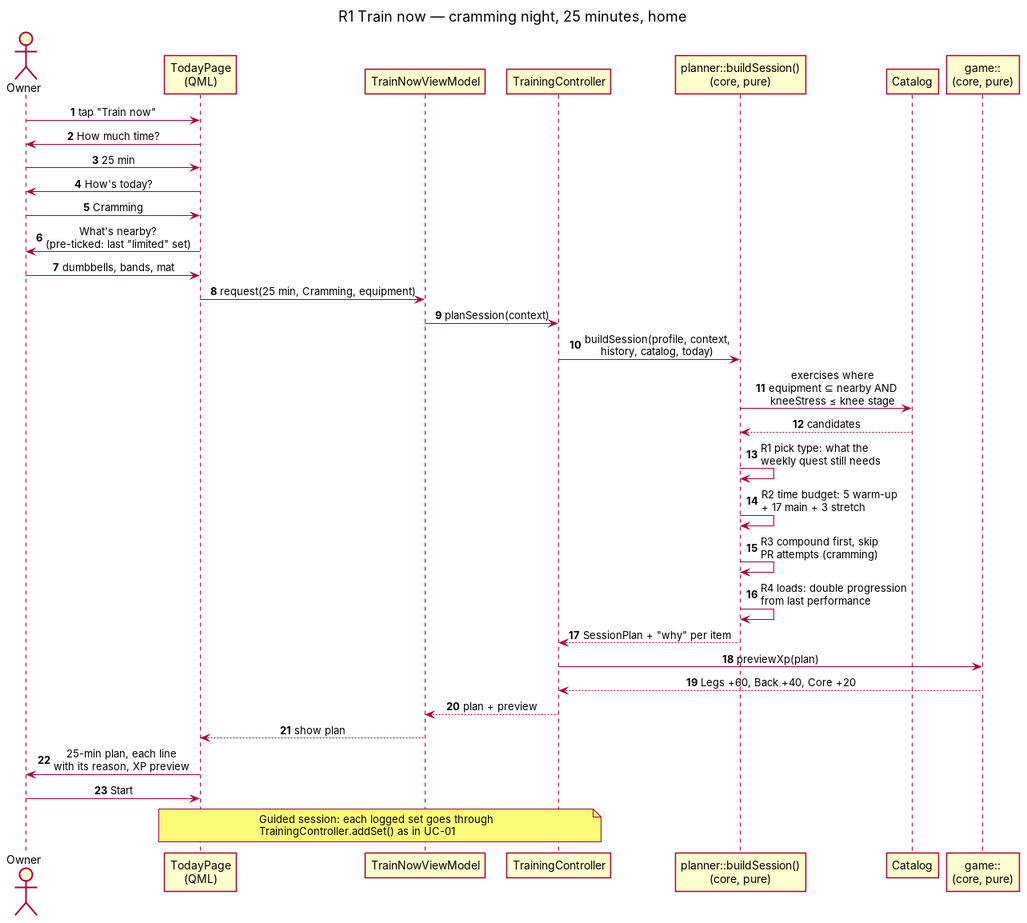
This is diagrams/rendered/sequence_train_now.png from LovedArie/IronLog, a PlantUML export, as it was before one commit. Its source is kept beside it as diagrams/sequence_train_now.puml. Source of this version:
```plantuml
@startuml sequence_train_now

title R1 Train now — cramming night, 25 minutes, home

skinparam shadowing false
skinparam defaultFontName Arial
skinparam sequenceMessageAlign center
autonumber

actor Owner
participant "TodayPage\n(QML)" as UI
participant "TrainNowViewModel" as VM
participant "TrainingController" as TC
participant "planner::buildSession()\n(core, pure)" as PL
participant "Catalog" as CAT
participant "game::\n(core, pure)" as GM

Owner -> UI : tap "Train now"
UI -> Owner : How much time?
Owner -> UI : 25 min
UI -> Owner : How's today?
Owner -> UI : Cramming
UI -> Owner : What's nearby?\n(pre-ticked: last "limited" set)
Owner -> UI : dumbbells, bands, mat
UI -> VM : request(25 min, Cramming, equipment)
VM -> TC : planSession(context)
TC -> PL : buildSession(profile, context,\nhistory, catalog, today)
PL -> CAT : exercises where\nequipment ⊆ nearby AND\nkneeStress ≤ knee stage
CAT --> PL : candidates
PL -> PL : R1 pick type: what the\nweekly quest still needs
PL -> PL : R2 time budget: 5 warm-up\n+ 17 main + 3 stretch
PL -> PL : R3 compound first, skip\nPR attempts (cramming)
PL -> PL : R4 loads: double progression\nfrom last performance
PL --> TC : SessionPlan + "why" per item
TC -> GM : previewXp(plan)
GM --> TC : Legs +60, Back +40, Core +20
TC --> VM : plan + preview
VM --> UI : show plan
UI -> Owner : 25-min plan, each line\nwith its reason, XP preview
Owner -> UI : Start
note over UI, TC : Guided session: each logged set goes through\nTrainingController.addSet() as in UC-01

@enduml
```
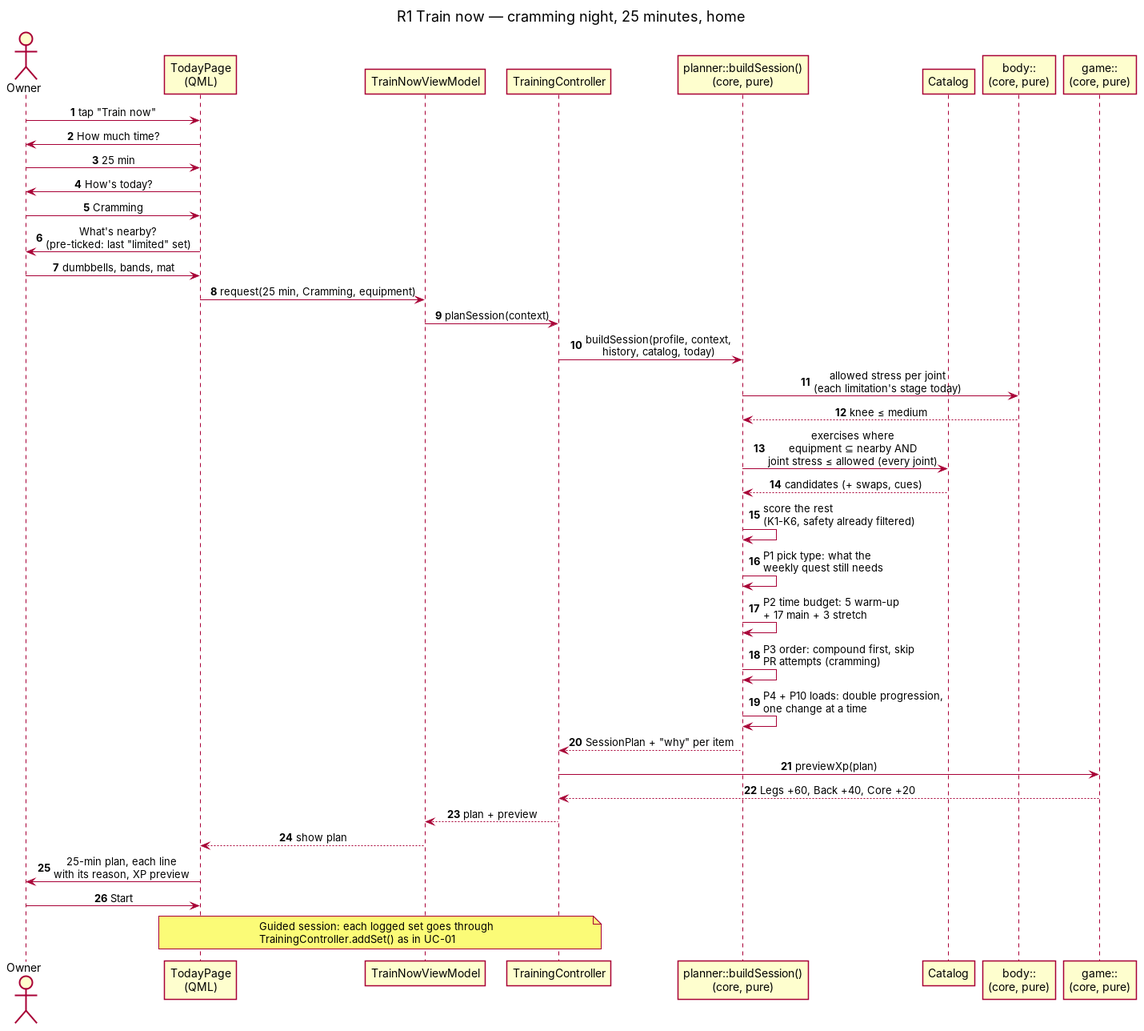
Later version of the same file.

Diff of the diagram source:
```diff
@@ -13,6 +13,7 @@
 participant "TrainingController" as TC
 participant "planner::buildSession()\n(core, pure)" as PL
 participant "Catalog" as CAT
+participant "body::\n(core, pure)" as BODY
 participant "game::\n(core, pure)" as GM
 
 Owner -> UI : tap "Train now"
@@ -25,12 +26,15 @@
 UI -> VM : request(25 min, Cramming, equipment)
 VM -> TC : planSession(context)
 TC -> PL : buildSession(profile, context,\nhistory, catalog, today)
-PL -> CAT : exercises where\nequipment ⊆ nearby AND\nkneeStress ≤ knee stage
-CAT --> PL : candidates
-PL -> PL : R1 pick type: what the\nweekly quest still needs
-PL -> PL : R2 time budget: 5 warm-up\n+ 17 main + 3 stretch
-PL -> PL : R3 compound first, skip\nPR attempts (cramming)
-PL -> PL : R4 loads: double progression\nfrom last performance
+PL -> BODY : allowed stress per joint\n(each limitation's stage today)
+BODY --> PL : knee ≤ medium
+PL -> CAT : exercises where\nequipment ⊆ nearby AND\njoint stress ≤ allowed (every joint)
+CAT --> PL : candidates (+ swaps, cues)
+PL -> PL : score the rest\n(K1–K6, safety already filtered)
+PL -> PL : P1 pick type: what the\nweekly quest still needs
+PL -> PL : P2 time budget: 5 warm-up\n+ 17 main + 3 stretch
+PL -> PL : P3 order: compound first, skip\nPR attempts (cramming)
+PL -> PL : P4 + P10 loads: double progression,\none change at a time
 PL --> TC : SessionPlan + "why" per item
 TC -> GM : previewXp(plan)
 GM --> TC : Legs +60, Back +40, Core +20
```
